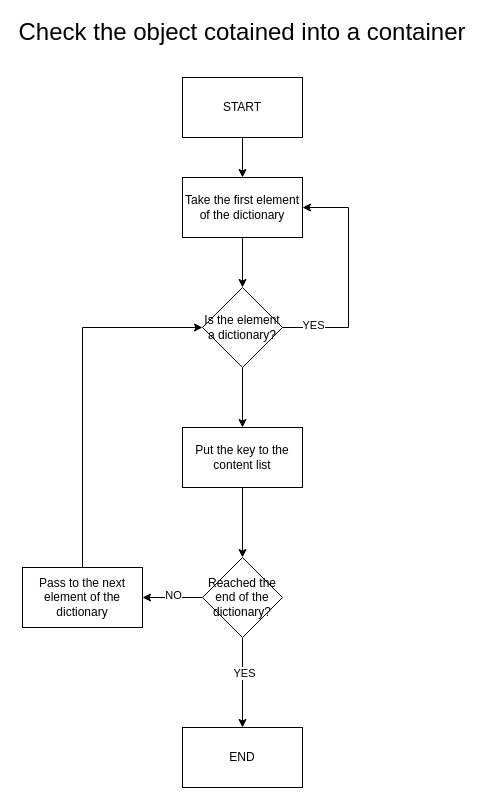
Earlier version of the draw.io diagram page "Container content" (4 of 8) of projects/final-project/House_catalog.drawio (tomorrowdevs-projects/programming-basics-recursion). Source tidied: cells renumbered, new cells numbered last; positions are measured from the earlier drawing's top-left corner, leaving out a move shared by most shapes. Both pictures are drawn from the tidied source at 100%, with x=0, y=0 at pixel (17, 17).
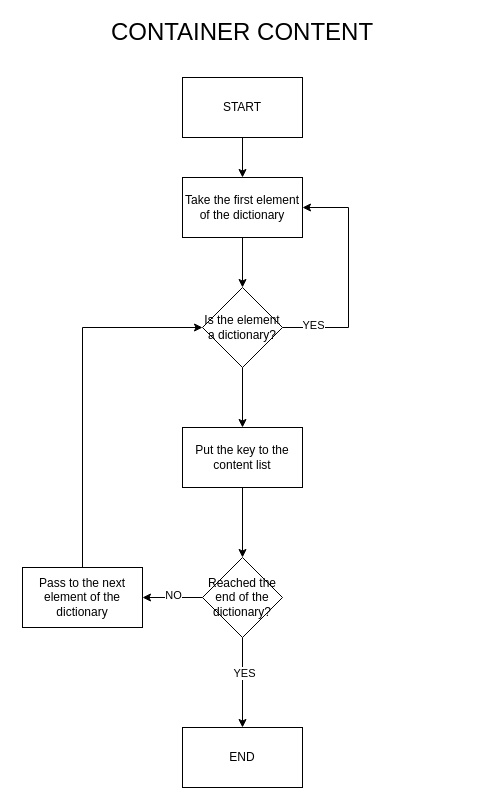
Above is the later version.

What changed in the source:
```diff
@@
-    <mxCell id="2" value="&lt;font style=&quot;font-size: 24px;&quot;&gt;Check the object cotained into a container&lt;/font&gt;" style="text;html=1;align=center;verticalAlign=middle;whiteSpace=wrap;rounded=0;" parent="1" vertex="1">
+    <mxCell id="2" value="&lt;font style=&quot;font-size: 24px;&quot;&gt;CONTAINER CONTENT&lt;/font&gt;" style="text;html=1;align=center;verticalAlign=middle;whiteSpace=wrap;rounded=0;" parent="1" vertex="1">
       <mxGeometry width="450" height="30" as="geometry" />
     </mxCell>
```
